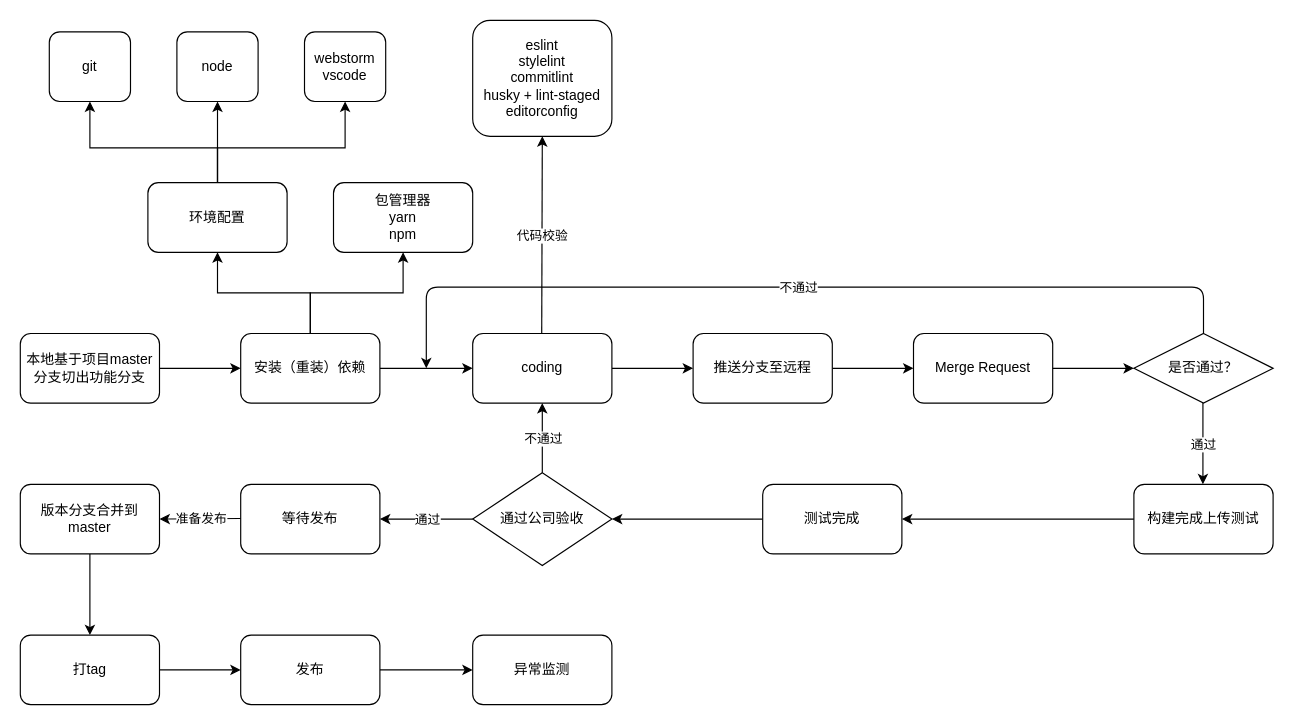
The draw.io diagram src/Untitled Diagram.drawio in hgchong/vue-ts, before the edit. Source tidied: cells renumbered, new cells numbered last; positions are measured from the earlier drawing's top-left corner, leaving out a move shared by most shapes. Both pictures are drawn from the tidied source at 116%, with x=0, y=0 at pixel (20, 20).
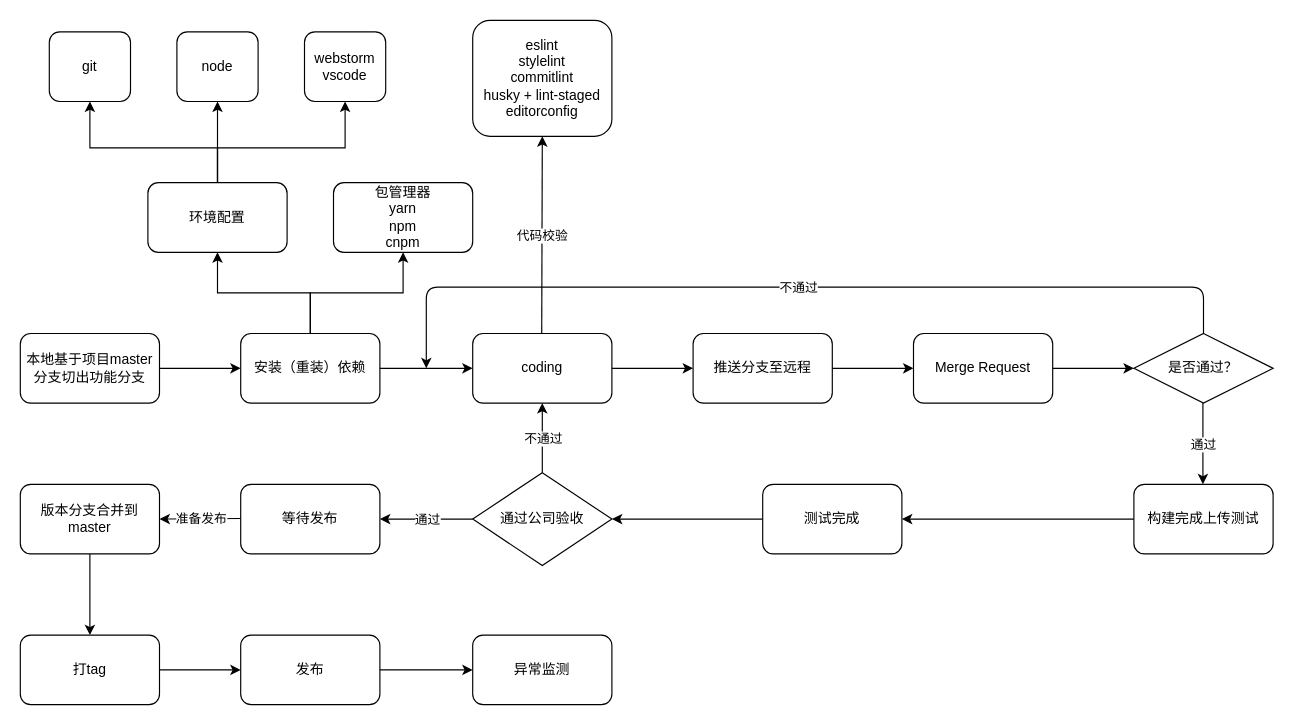
After the change.

Diff of the diagram source:
```diff
@@
-    <mxCell id="12" value="包管理器&lt;br&gt;yarn&lt;br&gt;npm" style="rounded=1;whiteSpace=wrap;html=1;" parent="1" vertex="1">
+    <mxCell id="12" value="包管理器&lt;br&gt;yarn&lt;br&gt;npm&lt;br&gt;cnpm" style="rounded=1;whiteSpace=wrap;html=1;" parent="1" vertex="1">
       <mxGeometry x="270" y="140" width="120" height="60" as="geometry" />
     </mxCell>
```
